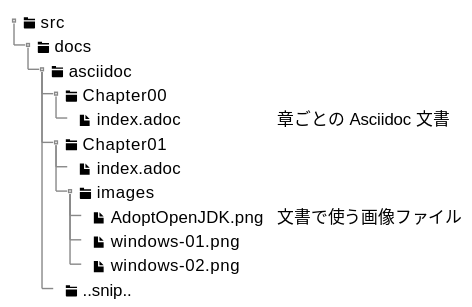
Before: docs/Chapter02/images/directory-structure-2.svg, a diagram exported from PlantUML (h1romas4/asciidoctor-gradle-template). Its source is kept beside it as src/docs/asciidoc/Chapter02/puml/directory-structure-2.puml.
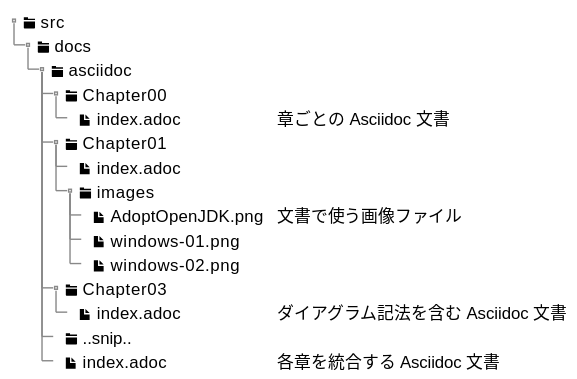
After the commit.

The edit, as a diff of the source:
```diff
@@ -12,7 +12,10 @@
  ++++++ <&file> AdoptOpenJDK.png | 文書で使う画像ファイル
  ++++++ <&file> windows-01.png
  ++++++ <&file> windows-02.png
+ ++++ <&folder> Chapter03
+ +++++ <&file> index.adoc        | ダイアグラム記法を含む Asciidoc 文書
  ++++ <&folder> ..snip..
+ ++++ <&file> index.adoc         | 各章を統合する Asciidoc 文書
 }
 }
 @endsalt
```
